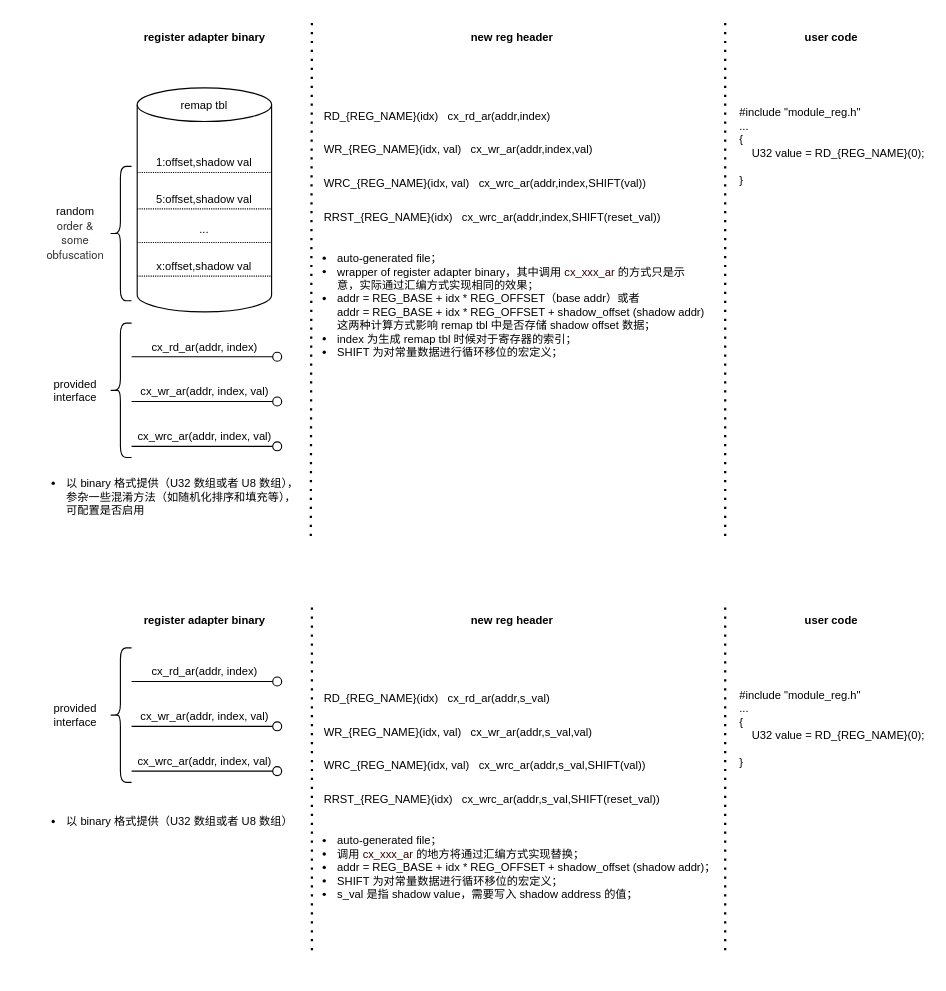
Earlier version of the draw.io diagram page "register_adapter" (10 of 10) of cx3288_sdk.drawio (hehenihao/chart). Source tidied: cells renumbered, new cells numbered last; positions are measured from the earlier drawing's top-left corner, leaving out a move shared by most shapes. Both pictures are drawn from the tidied source at 112%, with x=0, y=0 at pixel (19, 20).
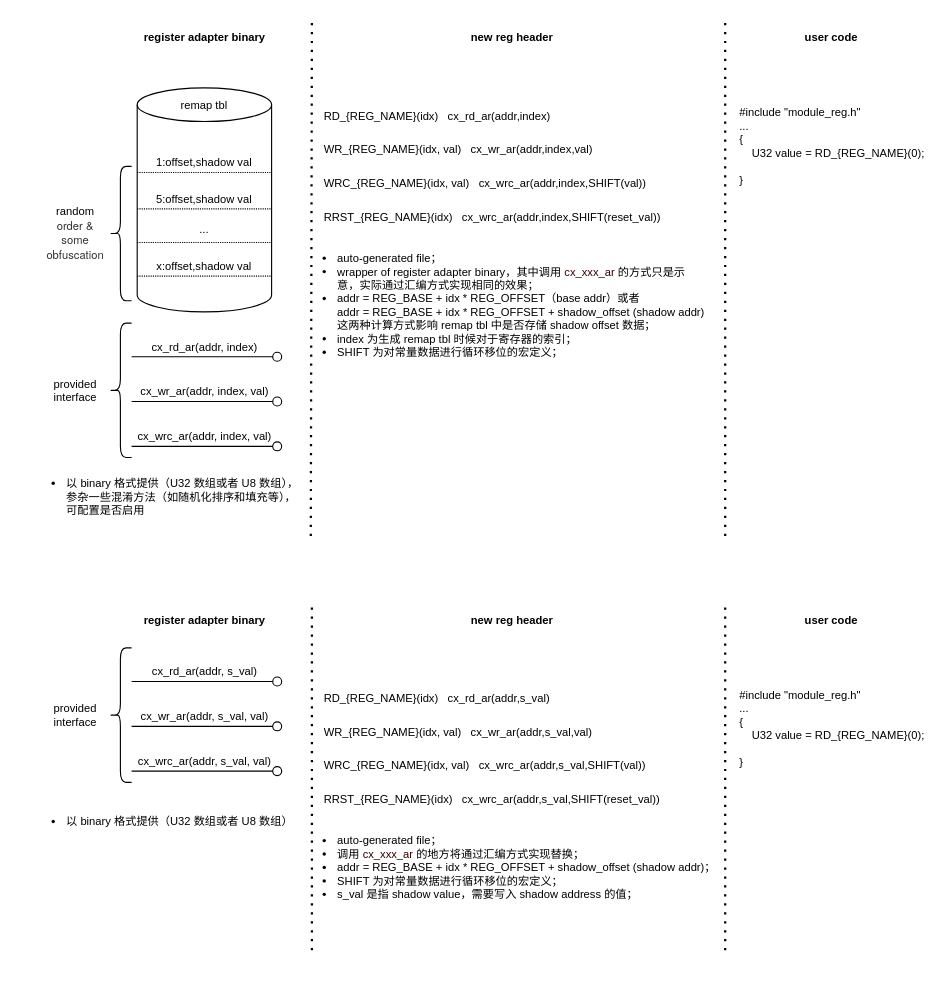
The same page after the edit.

What changed in the source:
```diff
@@
-    <mxCell id="41" value="cx_rd_ar(&lt;span style=&quot;font-size: 10px; text-wrap: wrap;&quot;&gt;addr&lt;/span&gt;, index)" style="html=1;verticalAlign=bottom;labelBackgroundColor=none;endArrow=oval;endFill=0;endSize=8;rounded=0;align=center;fontSize=10;" parent="1" edge="1">
+    <mxCell id="41" value="cx_rd_ar(&lt;span style=&quot;font-size: 10px; text-wrap: wrap;&quot;&gt;addr&lt;/span&gt;, s_val)" style="html=1;verticalAlign=bottom;labelBackgroundColor=none;endArrow=oval;endFill=0;endSize=8;rounded=0;align=center;fontSize=10;" parent="1" edge="1">
       <mxGeometry relative="1" as="geometry">
         <mxPoint x="100" y="590" as="sourcePoint" />
         <mxPoint x="230" y="590" as="targetPoint" />
       </mxGeometry>
     </mxCell>
@@
-    <mxCell id="44" value="cx_wr_ar(&lt;span style=&quot;font-size: 10px; text-align: left; text-wrap: wrap;&quot;&gt;addr&lt;/span&gt;, index, val)" style="html=1;verticalAlign=bottom;labelBackgroundColor=none;endArrow=oval;endFill=0;endSize=8;rounded=0;fontSize=10;" parent="1" edge="1">
+    <mxCell id="44" value="cx_wr_ar(&lt;span style=&quot;font-size: 10px; text-align: left; text-wrap: wrap;&quot;&gt;addr&lt;/span&gt;, s_val, val)" style="html=1;verticalAlign=bottom;labelBackgroundColor=none;endArrow=oval;endFill=0;endSize=8;rounded=0;fontSize=10;" parent="1" edge="1">
       <mxGeometry relative="1" as="geometry">
         <mxPoint x="100" y="630" as="sourcePoint" />
         <mxPoint x="230" y="630" as="targetPoint" />
       </mxGeometry>
     </mxCell>
-    <mxCell id="45" value="cx_wrc_ar(&lt;span style=&quot;font-size: 10px; text-align: left; text-wrap: wrap;&quot;&gt;addr&lt;/span&gt;, index, val)" style="html=1;verticalAlign=bottom;labelBackgroundColor=none;endArrow=oval;endFill=0;endSize=8;rounded=0;fontSize=10;" parent="1" edge="1">
+    <mxCell id="45" value="cx_wrc_ar(&lt;span style=&quot;font-size: 10px; text-align: left; text-wrap: wrap;&quot;&gt;addr&lt;/span&gt;, s_val, val)" style="html=1;verticalAlign=bottom;labelBackgroundColor=none;endArrow=oval;endFill=0;endSize=8;rounded=0;fontSize=10;" parent="1" edge="1">
       <mxGeometry relative="1" as="geometry">
         <mxPoint x="100" y="670" as="sourcePoint" />
         <mxPoint x="230" y="670" as="targetPoint" />
       </mxGeometry>
     </mxCell>
```
